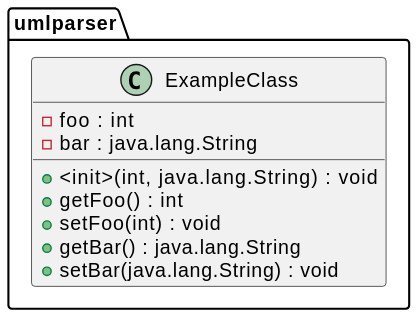
Before: diagram.svg, a diagram exported from PlantUML (NateDKing/CSSE374-Grp5). Its diagram source:
```plantuml
@startuml
class umlparser.ExampleClass {
  - foo : int
  - bar : java.lang.String
  + <init>(int, java.lang.String) : void
  + getFoo() : int
  + setFoo(int) : void
  + getBar() : java.lang.String
  + setBar(java.lang.String) : void
}
@enduml
```
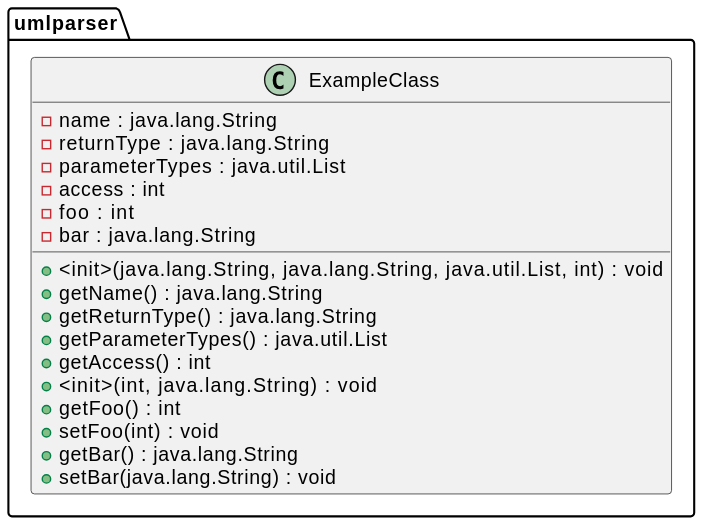
The same file after the commit.

The edit, as a diff of the source:
```diff
@@ -1,7 +1,16 @@
 @startuml
 class umlparser.ExampleClass {
+  - name : java.lang.String
+  - returnType : java.lang.String
+  - parameterTypes : java.util.List
+  - access : int
   - foo : int
   - bar : java.lang.String
+  + <init>(java.lang.String, java.lang.String, java.util.List, int) : void
+  + getName() : java.lang.String
+  + getReturnType() : java.lang.String
+  + getParameterTypes() : java.util.List
+  + getAccess() : int
   + <init>(int, java.lang.String) : void
   + getFoo() : int
   + setFoo(int) : void
```
